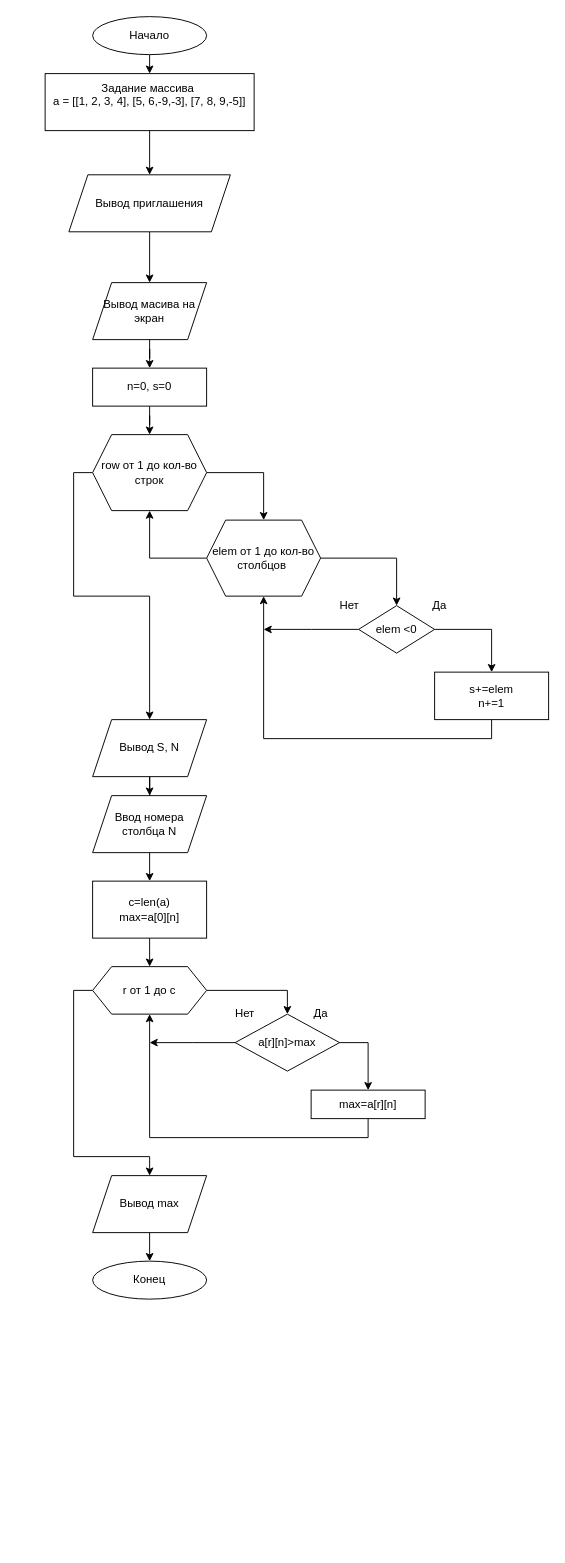
Above: 2-kurs/2-1/Инструментальное ПО/Инкин/90.drawio in stanislaumich/olga (draw.io), before the change. Source tidied: cells renumbered, new cells numbered last; positions are measured from the earlier drawing's top-left corner, leaving out a move shared by most shapes. Both pictures are drawn from the tidied source at 95%, with x=0, y=0 at pixel (45, 16).
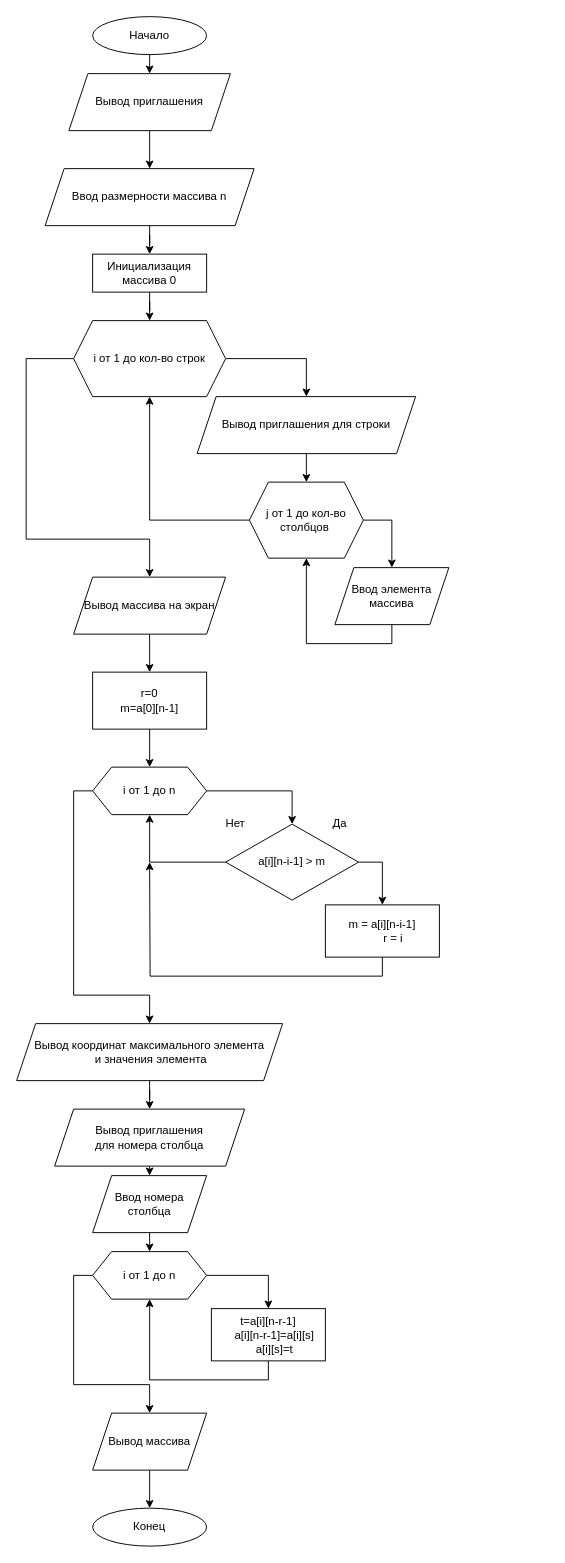
Above is the later version.

Unchanged cells that the change refers to:
```xml
<mxCell id="3" value="Начало" style="ellipse;whiteSpace=wrap;html=1;" parent="1" vertex="1">
  <mxGeometry x="50" width="120" height="40" as="geometry" />
</mxCell>
```

Change to the diagram source:
```diff
@@
-    <mxCell id="2" style="edgeStyle=orthogonalEdgeStyle;rounded=0;jettySize=auto;html=1;exitX=0.5;exitY=1;exitDx=0;exitDy=0;entryX=0.5;entryY=0;entryDx=0;entryDy=0;" parent="1" edge="1" source="3" target="5">
+    <mxCell id="2" style="edgeStyle=orthogonalEdgeStyle;rounded=0;jettySize=auto;html=1;exitX=0.5;exitY=1;exitDx=0;exitDy=0;entryX=0.5;entryY=0;entryDx=0;entryDy=0;" parent="1" edge="1" source="3" target="7">
       <mxGeometry relative="1" as="geometry" />
     </mxCell>
@@
-    <mxCell id="4" style="edgeStyle=orthogonalEdgeStyle;rounded=0;jettySize=auto;html=1;exitX=0.5;exitY=1;exitDx=0;exitDy=0;entryX=0.5;entryY=0;entryDx=0;entryDy=0;" parent="1" edge="1" source="5" target="7">
-      <mxGeometry relative="1" as="geometry" />
-    </mxCell>
-    <mxCell id="5" value="Задание массива&amp;nbsp;&lt;br&gt;&lt;span&gt;a = [[1, 2, 3, 4], [5, 6,-9,-3], [7, 8, 9,-5]]&lt;br&gt;&lt;br&gt;&lt;/span&gt;" style="rounded=0;whiteSpace=wrap;html=1;" parent="1" vertex="1">
-      <mxGeometry y="60" width="220" height="60" as="geometry" />
-    </mxCell>
@@
     <mxCell id="7" value="Вывод приглашения" style="shape=parallelogram;perimeter=parallelogramPerimeter;whiteSpace=wrap;html=1;fixedSize=1;" parent="1" vertex="1">
-      <mxGeometry x="25" y="166.5" width="170" height="60" as="geometry" />
+      <mxGeometry x="25" y="60" width="170" height="60" as="geometry" />
     </mxCell>
@@
-    <mxCell id="9" value="Вывод масива на экран" style="shape=parallelogram;perimeter=parallelogramPerimeter;whiteSpace=wrap;html=1;fixedSize=1;" parent="1" vertex="1">
-      <mxGeometry x="50" y="280" width="120" height="60" as="geometry" />
+    <mxCell id="9" value="Ввод размерности массива n" style="shape=parallelogram;perimeter=parallelogramPerimeter;whiteSpace=wrap;html=1;fixedSize=1;" parent="1" vertex="1">
+      <mxGeometry y="160" width="220" height="60" as="geometry" />
     </mxCell>
     <mxCell id="10" style="edgeStyle=orthogonalEdgeStyle;rounded=0;jettySize=auto;html=1;exitX=0;exitY=0.5;exitDx=0;exitDy=0;entryX=0.5;entryY=0;entryDx=0;entryDy=0;" parent="1" edge="1" source="12" target="17">
       <mxGeometry relative="1" as="geometry">
         <Array as="points">
-          <mxPoint x="30" y="480" />
-          <mxPoint x="30" y="610" />
-          <mxPoint x="110" y="610" />
+          <mxPoint x="-20" y="360" />
+          <mxPoint x="-20" y="550" />
+          <mxPoint x="110" y="550" />
         </Array>
       </mxGeometry>
     </mxCell>
-    <mxCell id="11" style="edgeStyle=orthogonalEdgeStyle;rounded=0;jettySize=auto;html=1;exitX=1;exitY=0.5;exitDx=0;exitDy=0;entryX=0.5;entryY=0;entryDx=0;entryDy=0;" parent="1" edge="1" source="12" target="21">
+    <mxCell id="11" style="edgeStyle=orthogonalEdgeStyle;rounded=0;jettySize=auto;html=1;exitX=1;exitY=0.5;exitDx=0;exitDy=0;" parent="1" edge="1" source="12" target="45">
       <mxGeometry relative="1" as="geometry" />
     </mxCell>
-    <mxCell id="12" value="row от 1 до кол-во строк" style="shape=hexagon;perimeter=hexagonPerimeter2;whiteSpace=wrap;html=1;fixedSize=1;" parent="1" vertex="1">
-      <mxGeometry x="50" y="440" width="120" height="80" as="geometry" />
+    <mxCell id="12" value="i от 1 до кол-во строк" style="shape=hexagon;perimeter=hexagonPerimeter2;whiteSpace=wrap;html=1;fixedSize=1;" parent="1" vertex="1">
+      <mxGeometry x="30" y="320" width="160" height="80" as="geometry" />
     </mxCell>
-    <mxCell id="13" style="edgeStyle=orthogonalEdgeStyle;rounded=0;jettySize=auto;html=1;entryX=0.5;entryY=0;entryDx=0;entryDy=0;exitX=1;exitY=0.5;exitDx=0;exitDy=0;" parent="1" edge="1" source="25" target="15">
-      <mxGeometry relative="1" as="geometry" />
-    </mxCell>
-    <mxCell id="14" style="edgeStyle=orthogonalEdgeStyle;rounded=0;jettySize=auto;html=1;exitX=0.5;exitY=1;exitDx=0;exitDy=0;entryX=0.5;entryY=1;entryDx=0;entryDy=0;" parent="1" edge="1" source="15" target="21">
+    <mxCell id="14" style="edgeStyle=orthogonalEdgeStyle;rounded=0;jettySize=auto;html=1;entryX=0.5;entryY=1;entryDx=0;entryDy=0;exitX=0.5;exitY=1;exitDx=0;exitDy=0;" parent="1" edge="1" source="46" target="21">
       <mxGeometry relative="1" as="geometry" />
     </mxCell>
-    <mxCell id="15" value="&lt;div&gt;s+=elem&lt;/div&gt;&lt;div&gt;&lt;span&gt;n+=1&lt;/span&gt;&lt;/div&gt;" style="rounded=0;whiteSpace=wrap;html=1;" parent="1" vertex="1">
-      <mxGeometry x="410" y="690" width="120" height="50" as="geometry" />
-    </mxCell>
-    <mxCell id="16" style="edgeStyle=orthogonalEdgeStyle;rounded=0;jettySize=auto;html=1;exitX=0.5;exitY=1;exitDx=0;exitDy=0;" parent="1" edge="1" source="17" target="29">
+    <mxCell id="16" style="edgeStyle=orthogonalEdgeStyle;rounded=0;jettySize=auto;html=1;exitX=0.5;exitY=1;exitDx=0;exitDy=0;" parent="1" edge="1" source="17" target="48">
       <mxGeometry relative="1" as="geometry" />
     </mxCell>
-    <mxCell id="17" value="Вывод S, N" style="shape=parallelogram;perimeter=parallelogramPerimeter;whiteSpace=wrap;html=1;fixedSize=1;" parent="1" vertex="1">
-      <mxGeometry x="50" y="740" width="120" height="60" as="geometry" />
+    <mxCell id="17" value="Вывод массива на экран" style="shape=parallelogram;perimeter=parallelogramPerimeter;whiteSpace=wrap;html=1;fixedSize=1;" parent="1" vertex="1">
+      <mxGeometry x="30" y="590" width="160" height="60" as="geometry" />
     </mxCell>
     <mxCell id="18" value="Конец" style="ellipse;whiteSpace=wrap;html=1;" parent="1" vertex="1">
-      <mxGeometry x="50" y="1310" width="120" height="40" as="geometry" />
+      <mxGeometry x="50" y="1570" width="120" height="40" as="geometry" />
     </mxCell>
-    <mxCell id="19" style="edgeStyle=orthogonalEdgeStyle;rounded=0;jettySize=auto;html=1;exitX=1;exitY=0.5;exitDx=0;exitDy=0;entryX=0.5;entryY=0;entryDx=0;entryDy=0;" parent="1" edge="1" source="21" target="25">
+    <mxCell id="19" style="edgeStyle=orthogonalEdgeStyle;rounded=0;jettySize=auto;html=1;exitX=1;exitY=0.5;exitDx=0;exitDy=0;entryX=0.5;entryY=0;entryDx=0;entryDy=0;" parent="1" edge="1" source="21" target="46">
       <mxGeometry relative="1" as="geometry" />
     </mxCell>
@@
-    <mxCell id="21" value="elem от 1 до кол-во столбцов&amp;nbsp;" style="shape=hexagon;perimeter=hexagonPerimeter2;whiteSpace=wrap;html=1;fixedSize=1;" parent="1" vertex="1">
-      <mxGeometry x="170" y="530" width="120" height="80" as="geometry" />
+    <mxCell id="21" value="j от 1 до кол-во столбцов&amp;nbsp;" style="shape=hexagon;perimeter=hexagonPerimeter2;whiteSpace=wrap;html=1;fixedSize=1;" parent="1" vertex="1">
+      <mxGeometry x="215" y="490" width="120" height="80" as="geometry" />
     </mxCell>
@@
-    <mxCell id="23" value="n=0, s=0" style="rounded=0;whiteSpace=wrap;html=1;" parent="1" vertex="1">
-      <mxGeometry x="50" y="370" width="120" height="40" as="geometry" />
+    <mxCell id="23" value="Инициализация массива 0" style="rounded=0;whiteSpace=wrap;html=1;" parent="1" vertex="1">
+      <mxGeometry x="50" y="250" width="120" height="40" as="geometry" />
     </mxCell>
-    <mxCell id="24" style="edgeStyle=orthogonalEdgeStyle;rounded=0;jettySize=auto;html=1;exitX=0;exitY=0.5;exitDx=0;exitDy=0;" parent="1" edge="1" source="25">
-      <mxGeometry relative="1" as="geometry">
-        <mxPoint x="230" y="645" as="targetPoint" />
-      </mxGeometry>
-    </mxCell>
-    <mxCell id="25" value="elem &amp;lt;0" style="rhombus;whiteSpace=wrap;html=1;" parent="1" vertex="1">
-      <mxGeometry x="330" y="620" width="80" height="50" as="geometry" />
-    </mxCell>
-    <mxCell id="26" value="Да" style="text;html=1;align=center;verticalAlign=middle;strokeColor=none;" parent="1" vertex="1">
-      <mxGeometry x="400" y="610" width="30" height="20" as="geometry" />
-    </mxCell>
-    <mxCell id="27" value="Нет" style="text;html=1;align=center;verticalAlign=middle;strokeColor=none;" parent="1" vertex="1">
-      <mxGeometry x="300" y="610" width="40" height="20" as="geometry" />
-    </mxCell>
-    <mxCell id="28" style="edgeStyle=orthogonalEdgeStyle;rounded=0;jettySize=auto;html=1;exitX=0.5;exitY=1;exitDx=0;exitDy=0;entryX=0.5;entryY=0;entryDx=0;entryDy=0;" parent="1" edge="1" source="29" target="31">
-      <mxGeometry relative="1" as="geometry" />
-    </mxCell>
-    <mxCell id="29" value="Ввод номера столбца N" style="shape=parallelogram;perimeter=parallelogramPerimeter;whiteSpace=wrap;html=1;fixedSize=1;" parent="1" vertex="1">
-      <mxGeometry x="50" y="820" width="120" height="60" as="geometry" />
-    </mxCell>
-    <mxCell id="30" style="edgeStyle=orthogonalEdgeStyle;rounded=0;jettySize=auto;html=1;exitX=0.5;exitY=1;exitDx=0;exitDy=0;entryX=0.5;entryY=0;entryDx=0;entryDy=0;" parent="1" edge="1" source="31" target="34">
-      <mxGeometry relative="1" as="geometry" />
-    </mxCell>
-    <mxCell id="31" value="&lt;div&gt;c=len(a)&lt;/div&gt;&lt;div&gt;max=a[0][n]&lt;/div&gt;" style="rounded=0;whiteSpace=wrap;html=1;" parent="1" vertex="1">
-      <mxGeometry x="50" y="910" width="120" height="60" as="geometry" />
-    </mxCell>
-    <mxCell id="32" style="edgeStyle=orthogonalEdgeStyle;rounded=0;jettySize=auto;html=1;exitX=1;exitY=0.5;exitDx=0;exitDy=0;entryX=0.5;entryY=0;entryDx=0;entryDy=0;" parent="1" edge="1" source="34" target="37">
-      <mxGeometry relative="1" as="geometry" />
-    </mxCell>
-    <mxCell id="33" style="edgeStyle=orthogonalEdgeStyle;rounded=0;jettySize=auto;html=1;exitX=0;exitY=0.5;exitDx=0;exitDy=0;" parent="1" edge="1" source="34" target="43">
-      <mxGeometry relative="1" as="geometry">
-        <Array as="points">
-          <mxPoint x="30" y="1025" />
-          <mxPoint x="30" y="1200" />
-          <mxPoint x="110" y="1200" />
-        </Array>
-      </mxGeometry>
-    </mxCell>
-    <mxCell id="34" value="r от 1 до с" style="shape=hexagon;perimeter=hexagonPerimeter2;whiteSpace=wrap;html=1;fixedSize=1;" parent="1" vertex="1">
-      <mxGeometry x="50" y="1000" width="120" height="50" as="geometry" />
-    </mxCell>
-    <mxCell id="35" style="edgeStyle=orthogonalEdgeStyle;rounded=0;jettySize=auto;html=1;exitX=1;exitY=0.5;exitDx=0;exitDy=0;entryX=0.5;entryY=0;entryDx=0;entryDy=0;" parent="1" edge="1" source="37" target="41">
-      <mxGeometry relative="1" as="geometry" />
-    </mxCell>
-    <mxCell id="36" style="edgeStyle=orthogonalEdgeStyle;rounded=0;jettySize=auto;html=1;exitX=0;exitY=0.5;exitDx=0;exitDy=0;" parent="1" edge="1" source="37">
-      <mxGeometry relative="1" as="geometry">
-        <mxPoint x="110" y="1080" as="targetPoint" />
-      </mxGeometry>
-    </mxCell>
-    <mxCell id="37" value="a[r][n]&amp;gt;max" style="rhombus;whiteSpace=wrap;html=1;" parent="1" vertex="1">
-      <mxGeometry x="200" y="1050" width="110" height="60" as="geometry" />
-    </mxCell>
-    <mxCell id="38" value="Да" style="text;html=1;align=center;verticalAlign=middle;strokeColor=none;" parent="1" vertex="1">
-      <mxGeometry x="275" y="1040" width="30" height="20" as="geometry" />
-    </mxCell>
-    <mxCell id="39" value="Нет" style="text;html=1;align=center;verticalAlign=middle;strokeColor=none;" parent="1" vertex="1">
-      <mxGeometry x="190" y="1040" width="40" height="20" as="geometry" />
-    </mxCell>
-    <mxCell id="40" style="edgeStyle=orthogonalEdgeStyle;rounded=0;jettySize=auto;html=1;exitX=0.5;exitY=1;exitDx=0;exitDy=0;entryX=0.5;entryY=1;entryDx=0;entryDy=0;" parent="1" edge="1" source="41" target="34">
-      <mxGeometry relative="1" as="geometry" />
-    </mxCell>
-    <mxCell id="41" value="max=a[r][n]" style="rounded=0;whiteSpace=wrap;html=1;" parent="1" vertex="1">
-      <mxGeometry x="280" y="1130" width="120" height="30" as="geometry" />
-    </mxCell>
@@
-    <mxCell id="43" value="Вывод max" style="shape=parallelogram;perimeter=parallelogramPerimeter;whiteSpace=wrap;html=1;fixedSize=1;" parent="1" vertex="1">
-      <mxGeometry x="50" y="1220" width="120" height="60" as="geometry" />
+    <mxCell id="43" value="Вывод массива" style="shape=parallelogram;perimeter=parallelogramPerimeter;whiteSpace=wrap;html=1;fixedSize=1;" parent="1" vertex="1">
+      <mxGeometry x="50" y="1470" width="120" height="60" as="geometry" />
     </mxCell>
+    <mxCell id="44" style="edgeStyle=orthogonalEdgeStyle;rounded=0;jettySize=auto;html=1;exitX=0.5;exitY=1;exitDx=0;exitDy=0;entryX=0.5;entryY=0;entryDx=0;entryDy=0;" parent="1" edge="1" source="45" target="21">
+      <mxGeometry relative="1" as="geometry" />
+    </mxCell>
+    <mxCell id="45" value="Вывод приглашения для строки" style="shape=parallelogram;perimeter=parallelogramPerimeter;whiteSpace=wrap;html=1;fixedSize=1;" parent="1" vertex="1">
+      <mxGeometry x="160" y="400" width="230" height="60" as="geometry" />
+    </mxCell>
+    <mxCell id="46" value="Ввод элемента массива" style="shape=parallelogram;perimeter=parallelogramPerimeter;whiteSpace=wrap;html=1;fixedSize=1;" parent="1" vertex="1">
+      <mxGeometry x="305" y="580" width="120" height="60" as="geometry" />
+    </mxCell>
+    <mxCell id="47" style="edgeStyle=orthogonalEdgeStyle;rounded=0;jettySize=auto;html=1;exitX=0.5;exitY=1;exitDx=0;exitDy=0;entryX=0.5;entryY=0;entryDx=0;entryDy=0;" parent="1" edge="1" source="48" target="51">
+      <mxGeometry relative="1" as="geometry" />
+    </mxCell>
+    <mxCell id="48" value="&lt;div&gt;r=0&lt;/div&gt;&lt;div&gt;m=a[0][n-1]&lt;/div&gt;" style="rounded=0;whiteSpace=wrap;html=1;" parent="1" vertex="1">
+      <mxGeometry x="50" y="690" width="120" height="60" as="geometry" />
+    </mxCell>
+    <mxCell id="49" style="edgeStyle=orthogonalEdgeStyle;rounded=0;jettySize=auto;html=1;exitX=1;exitY=0.5;exitDx=0;exitDy=0;entryX=0.5;entryY=0;entryDx=0;entryDy=0;" parent="1" edge="1" source="51" target="54">
+      <mxGeometry relative="1" as="geometry" />
+    </mxCell>
+    <mxCell id="50" style="edgeStyle=orthogonalEdgeStyle;rounded=0;jettySize=auto;html=1;exitX=0;exitY=0.5;exitDx=0;exitDy=0;" parent="1" edge="1" source="51" target="60">
+      <mxGeometry relative="1" as="geometry">
+        <Array as="points">
+          <mxPoint x="30" y="815" />
+          <mxPoint x="30" y="1030" />
+          <mxPoint x="110" y="1030" />
+          <mxPoint x="110" y="1090" />
+        </Array>
+      </mxGeometry>
+    </mxCell>
+    <mxCell id="51" value="i от 1 до n" style="shape=hexagon;perimeter=hexagonPerimeter2;whiteSpace=wrap;html=1;fixedSize=1;" parent="1" vertex="1">
+      <mxGeometry x="50" y="790" width="120" height="50" as="geometry" />
+    </mxCell>
+    <mxCell id="52" style="edgeStyle=orthogonalEdgeStyle;rounded=0;jettySize=auto;html=1;exitX=1;exitY=0.5;exitDx=0;exitDy=0;entryX=0.5;entryY=0;entryDx=0;entryDy=0;" parent="1" edge="1" source="54" target="58">
+      <mxGeometry relative="1" as="geometry" />
+    </mxCell>
+    <mxCell id="53" style="edgeStyle=orthogonalEdgeStyle;rounded=0;jettySize=auto;html=1;exitX=0;exitY=0.5;exitDx=0;exitDy=0;entryX=0.5;entryY=1;entryDx=0;entryDy=0;" parent="1" edge="1" source="54" target="51">
+      <mxGeometry relative="1" as="geometry" />
+    </mxCell>
+    <mxCell id="54" value="a[i][n-i-1] &amp;gt; m" style="rhombus;whiteSpace=wrap;html=1;" parent="1" vertex="1">
+      <mxGeometry x="190" y="850" width="140" height="80" as="geometry" />
+    </mxCell>
+    <mxCell id="55" value="Да" style="text;html=1;align=center;verticalAlign=middle;strokeColor=none;" parent="1" vertex="1">
+      <mxGeometry x="295" y="840" width="30" height="20" as="geometry" />
+    </mxCell>
+    <mxCell id="56" value="Нет" style="text;html=1;align=center;verticalAlign=middle;strokeColor=none;" parent="1" vertex="1">
+      <mxGeometry x="180" y="840" width="40" height="20" as="geometry" />
+    </mxCell>
+    <mxCell id="57" style="edgeStyle=orthogonalEdgeStyle;rounded=0;jettySize=auto;html=1;exitX=0.5;exitY=1;exitDx=0;exitDy=0;" parent="1" edge="1" source="58">
+      <mxGeometry relative="1" as="geometry">
+        <mxPoint x="110" y="890" as="targetPoint" />
+      </mxGeometry>
+    </mxCell>
+    <mxCell id="58" value="&lt;div&gt;m = a[i][n-i-1]&lt;/div&gt;&lt;div&gt;&amp;nbsp; &amp;nbsp; &amp;nbsp; &amp;nbsp;r = i&lt;/div&gt;" style="rounded=0;whiteSpace=wrap;html=1;" parent="1" vertex="1">
+      <mxGeometry x="295" y="935" width="120" height="55" as="geometry" />
+    </mxCell>
+    <mxCell id="59" style="edgeStyle=orthogonalEdgeStyle;rounded=0;jettySize=auto;html=1;exitX=0.5;exitY=1;exitDx=0;exitDy=0;" parent="1" edge="1" source="60" target="62">
+      <mxGeometry relative="1" as="geometry" />
+    </mxCell>
+    <mxCell id="60" value="Вывод координат максимального элемента&lt;br&gt;&amp;nbsp;и значения элемента" style="shape=parallelogram;perimeter=parallelogramPerimeter;whiteSpace=wrap;html=1;fixedSize=1;" parent="1" vertex="1">
+      <mxGeometry x="-30" y="1060" width="280" height="60" as="geometry" />
+    </mxCell>
+    <mxCell id="61" style="edgeStyle=orthogonalEdgeStyle;rounded=0;jettySize=auto;html=1;exitX=0.5;exitY=1;exitDx=0;exitDy=0;entryX=0.5;entryY=0;entryDx=0;entryDy=0;" parent="1" edge="1" source="62" target="64">
+      <mxGeometry relative="1" as="geometry" />
+    </mxCell>
+    <mxCell id="62" value="Вывод приглашения &lt;br&gt;для номера столбца" style="shape=parallelogram;perimeter=parallelogramPerimeter;whiteSpace=wrap;html=1;fixedSize=1;" parent="1" vertex="1">
+      <mxGeometry x="10" y="1150" width="200" height="60" as="geometry" />
+    </mxCell>
+    <mxCell id="63" style="edgeStyle=orthogonalEdgeStyle;rounded=0;jettySize=auto;html=1;exitX=0.5;exitY=1;exitDx=0;exitDy=0;entryX=0.5;entryY=0;entryDx=0;entryDy=0;" parent="1" edge="1" source="64" target="67">
+      <mxGeometry relative="1" as="geometry" />
+    </mxCell>
+    <mxCell id="64" value="Ввод номера столбца" style="shape=parallelogram;perimeter=parallelogramPerimeter;whiteSpace=wrap;html=1;fixedSize=1;" parent="1" vertex="1">
+      <mxGeometry x="50" y="1220" width="120" height="60" as="geometry" />
+    </mxCell>
+    <mxCell id="65" style="edgeStyle=orthogonalEdgeStyle;rounded=0;jettySize=auto;html=1;exitX=1;exitY=0.5;exitDx=0;exitDy=0;entryX=0.5;entryY=0;entryDx=0;entryDy=0;" parent="1" edge="1" source="67" target="69">
+      <mxGeometry relative="1" as="geometry" />
+    </mxCell>
+    <mxCell id="66" style="edgeStyle=orthogonalEdgeStyle;rounded=0;jettySize=auto;html=1;exitX=0;exitY=0.5;exitDx=0;exitDy=0;" parent="1" edge="1" source="67" target="43">
+      <mxGeometry relative="1" as="geometry">
+        <Array as="points">
+          <mxPoint x="30" y="1325" />
+          <mxPoint x="30" y="1440" />
+          <mxPoint x="110" y="1440" />
+        </Array>
+      </mxGeometry>
+    </mxCell>
+    <mxCell id="67" value="i от 1 до n" style="shape=hexagon;perimeter=hexagonPerimeter2;whiteSpace=wrap;html=1;fixedSize=1;" parent="1" vertex="1">
+      <mxGeometry x="50" y="1300" width="120" height="50" as="geometry" />
+    </mxCell>
+    <mxCell id="68" style="edgeStyle=orthogonalEdgeStyle;rounded=0;jettySize=auto;html=1;exitX=0.5;exitY=1;exitDx=0;exitDy=0;entryX=0.5;entryY=1;entryDx=0;entryDy=0;" parent="1" edge="1" source="69" target="67">
+      <mxGeometry relative="1" as="geometry" />
+    </mxCell>
+    <mxCell id="69" value="&lt;div&gt;t=a[i][n-r-1]&lt;/div&gt;&lt;div&gt;&amp;nbsp; &amp;nbsp; a[i][n-r-1]=a[i][s]&lt;/div&gt;&lt;div&gt;&amp;nbsp; &amp;nbsp; a[i][s]=t&lt;/div&gt;" style="rounded=0;whiteSpace=wrap;html=1;" parent="1" vertex="1">
+      <mxGeometry x="175" y="1360" width="120" height="55" as="geometry" />
+    </mxCell>
```
